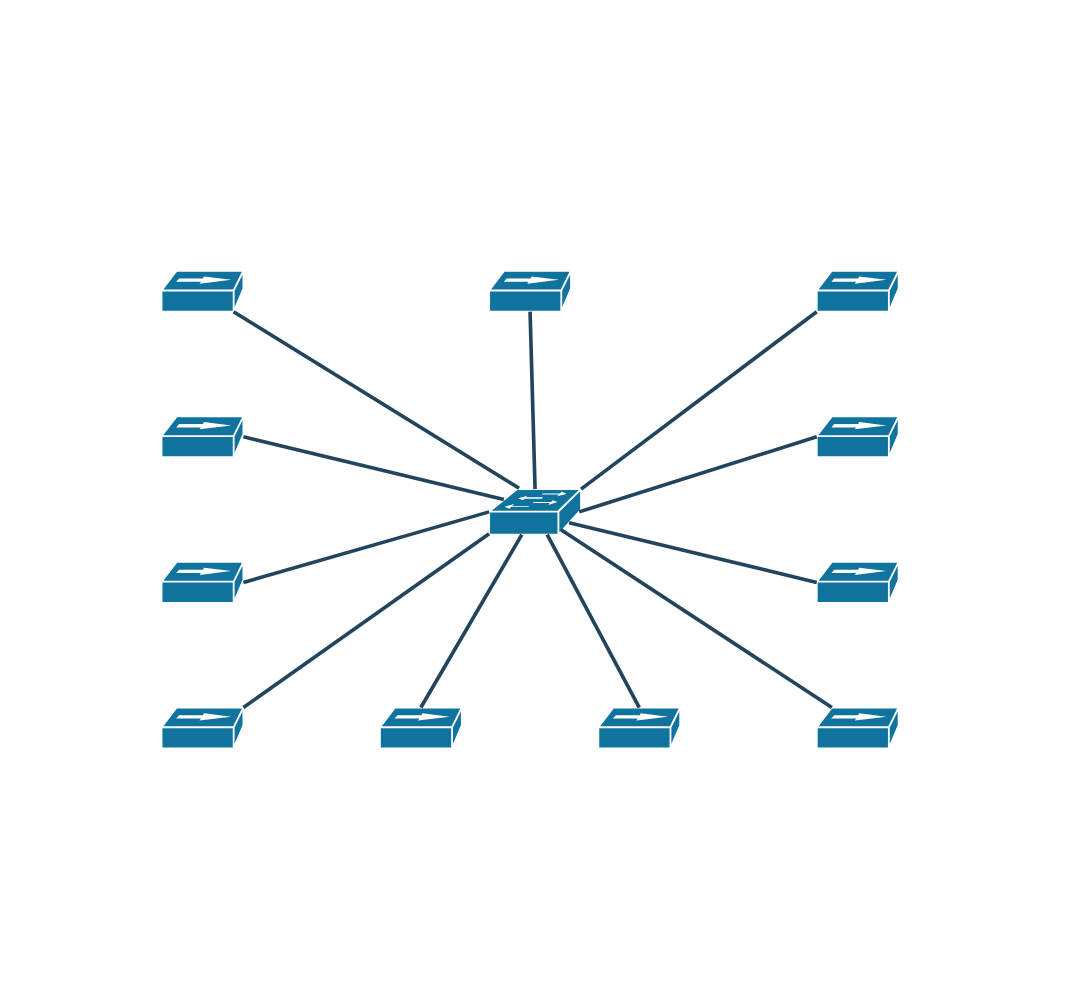
Above: draw/Untitled Diagram3.drawio in joancefet/drawio (draw.io), before the change. Source tidied: cells renumbered, new cells numbered last; positions are measured from the earlier drawing's top-left corner, leaving out a move shared by most shapes. Both pictures are drawn from the tidied source at 91%, with x=0, y=0 at pixel (161, 270).
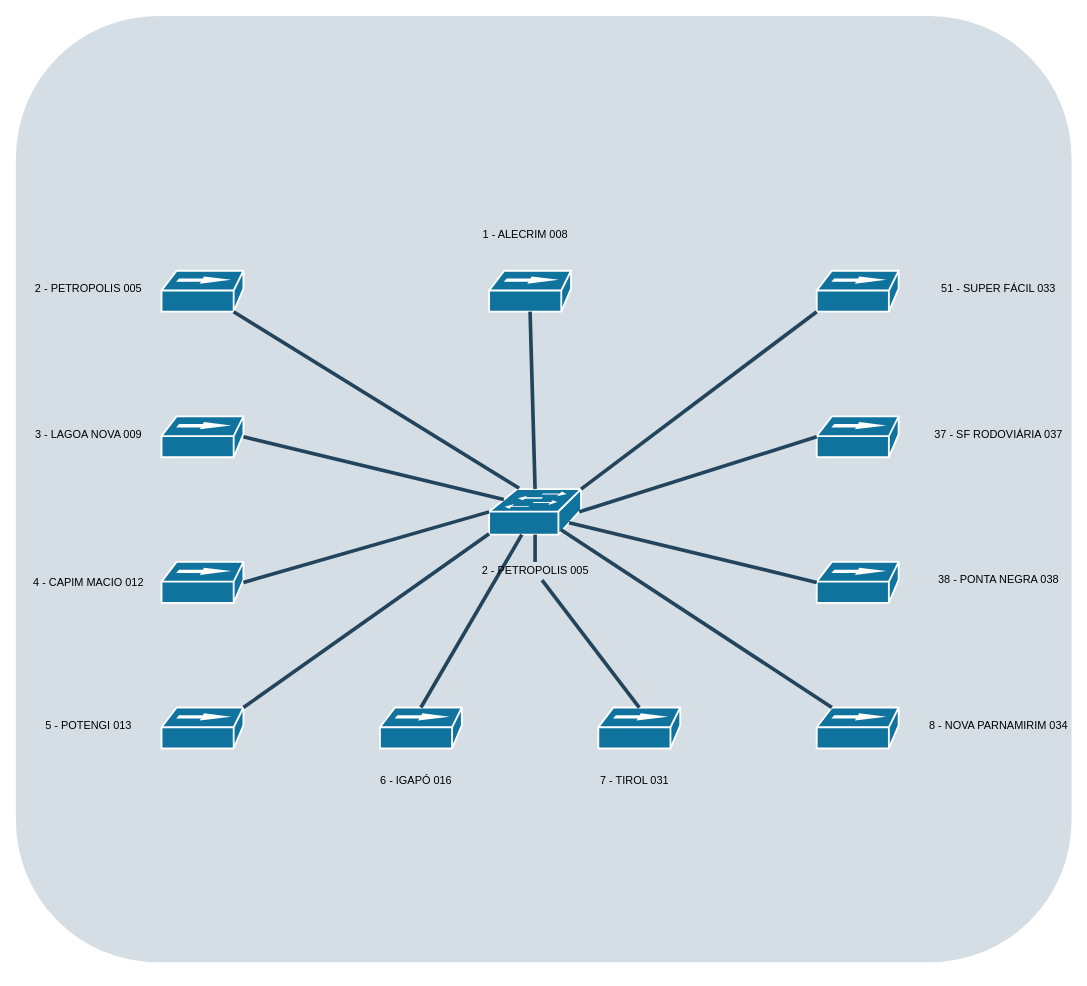
Above is the later version.

The change refers to these unchanged cells:
```xml
<mxCell id="2" style="shape=mxgraph.cisco.switches.workgroup_switch;html=1;dashed=0;fillColor=#10739E;strokeColor=#ffffff;strokeWidth=2;verticalLabelPosition=bottom;verticalAlign=top;fontFamily=Helvetica;fontSize=36;fontColor=#FFB366;" parent="1" vertex="1">
  <mxGeometry x="360" y="240" width="101" height="50" as="geometry" />
</mxCell>
<mxCell id="10" style="shape=mxgraph.cisco.hubs_and_gateways.100baset_hub;html=1;dashed=0;fillColor=#10739E;strokeColor=#ffffff;strokeWidth=2;verticalLabelPosition=bottom;verticalAlign=top;fontFamily=Helvetica;fontSize=36;fontColor=#FFB366;" parent="1" vertex="1">
  <mxGeometry x="480" y="480" width="90" height="45" as="geometry" />
</mxCell>
```

What changed in the source:
```diff
@@
+    <mxCell id="27" style="rounded=1;whiteSpace=wrap;html=1;strokeColor=none;fillColor=#BAC8D3;fontSize=24;fontColor=#23445D;align=center;opacity=60;" parent="1" vertex="1">
+      <mxGeometry x="-160" y="-280" width="1160" height="1040" as="geometry" />
+    </mxCell>
@@
-    <mxCell id="18" style="edgeStyle=none;rounded=1;html=1;strokeColor=#23445D;endArrow=none;endFill=0;strokeWidth=4;entryX=0.5;entryY=0;entryDx=0;entryDy=0;entryPerimeter=0;" parent="1" edge="1" source="2" target="10">
+    <mxCell id="18" style="edgeStyle=none;rounded=1;html=1;strokeColor=#23445D;endArrow=none;endFill=0;strokeWidth=4;entryX=0.5;entryY=0;entryDx=0;entryDy=0;entryPerimeter=0;" parent="1" edge="1" source="39" target="10">
       <mxGeometry relative="1" as="geometry" />
     </mxCell>
@@
+    <mxCell id="28" value="2 - PETROPOLIS 005" style="text;html=1;strokeColor=none;fillColor=none;align=center;verticalAlign=middle;whiteSpace=wrap;rounded=0;" parent="1" vertex="1">
+      <mxGeometry x="-160" y="10" width="160" height="20" as="geometry" />
+    </mxCell>
+    <mxCell id="29" value="6 - IGAPÓ 016" style="text;html=1;strokeColor=none;fillColor=none;align=center;verticalAlign=middle;whiteSpace=wrap;rounded=0;" parent="1" vertex="1">
+      <mxGeometry x="200" y="550" width="160" height="20" as="geometry" />
+    </mxCell>
+    <mxCell id="30" value="7 - TIROL 031" style="text;html=1;strokeColor=none;fillColor=none;align=center;verticalAlign=middle;whiteSpace=wrap;rounded=0;" parent="1" vertex="1">
+      <mxGeometry x="440" y="550" width="160" height="20" as="geometry" />
+    </mxCell>
+    <mxCell id="31" value="8 - NOVA PARNAMIRIM 034" style="text;html=1;strokeColor=none;fillColor=none;align=center;verticalAlign=middle;whiteSpace=wrap;rounded=0;" parent="1" vertex="1">
+      <mxGeometry x="840" y="490" width="160" height="20" as="geometry" />
+    </mxCell>
+    <mxCell id="32" value="38 - PONTA NEGRA 038" style="text;html=1;strokeColor=none;fillColor=none;align=center;verticalAlign=middle;whiteSpace=wrap;rounded=0;" parent="1" vertex="1">
+      <mxGeometry x="840" y="330" width="160" height="20" as="geometry" />
+    </mxCell>
+    <mxCell id="33" value="37 - SF RODOVIÁRIA 037" style="text;html=1;strokeColor=none;fillColor=none;align=center;verticalAlign=middle;whiteSpace=wrap;rounded=0;" parent="1" vertex="1">
+      <mxGeometry x="840" y="170" width="160" height="20" as="geometry" />
+    </mxCell>
+    <mxCell id="34" value="51 - SUPER FÁCIL 033" style="text;html=1;strokeColor=none;fillColor=none;align=center;verticalAlign=middle;whiteSpace=wrap;rounded=0;" parent="1" vertex="1">
+      <mxGeometry x="840" y="10" width="160" height="20" as="geometry" />
+    </mxCell>
+    <mxCell id="35" value="1 - ALECRIM 008" style="text;html=1;strokeColor=none;fillColor=none;align=center;verticalAlign=middle;whiteSpace=wrap;rounded=0;" parent="1" vertex="1">
+      <mxGeometry x="320" y="-50" width="160" height="20" as="geometry" />
+    </mxCell>
+    <mxCell id="36" value="5 - POTENGI 013" style="text;html=1;strokeColor=none;fillColor=none;align=center;verticalAlign=middle;whiteSpace=wrap;rounded=0;" parent="1" vertex="1">
+      <mxGeometry x="-160" y="490" width="160" height="20" as="geometry" />
+    </mxCell>
+    <mxCell id="37" value="4 - CAPIM MACIO 012" style="text;html=1;strokeColor=none;fillColor=none;align=center;verticalAlign=middle;whiteSpace=wrap;rounded=0;" parent="1" vertex="1">
+      <mxGeometry x="-160" y="332.5" width="160" height="20" as="geometry" />
+    </mxCell>
+    <mxCell id="38" value="3 - LAGOA NOVA 009" style="text;html=1;strokeColor=none;fillColor=none;align=center;verticalAlign=middle;whiteSpace=wrap;rounded=0;" parent="1" vertex="1">
+      <mxGeometry x="-160" y="170" width="160" height="20" as="geometry" />
+    </mxCell>
+    <mxCell id="39" value="2 - PETROPOLIS 005" style="text;html=1;strokeColor=none;fillColor=none;align=center;verticalAlign=middle;whiteSpace=wrap;rounded=0;" parent="1" vertex="1">
+      <mxGeometry x="330.5" y="320" width="160" height="20" as="geometry" />
+    </mxCell>
+    <mxCell id="40" style="edgeStyle=none;rounded=1;html=1;strokeColor=#23445D;endArrow=none;endFill=0;strokeWidth=4;entryX=0.5;entryY=0;entryDx=0;entryDy=0;entryPerimeter=0;" parent="1" edge="1" source="2" target="39">
+      <mxGeometry relative="1" as="geometry" />
+    </mxCell>
+    <mxCell id="41" style="edgeStyle=orthogonalEdgeStyle;rounded=0;orthogonalLoop=1;jettySize=auto;html=1;exitX=0.5;exitY=1;exitDx=0;exitDy=0;" parent="1" edge="1" source="27" target="27">
+      <mxGeometry relative="1" as="geometry" />
+    </mxCell>
```
